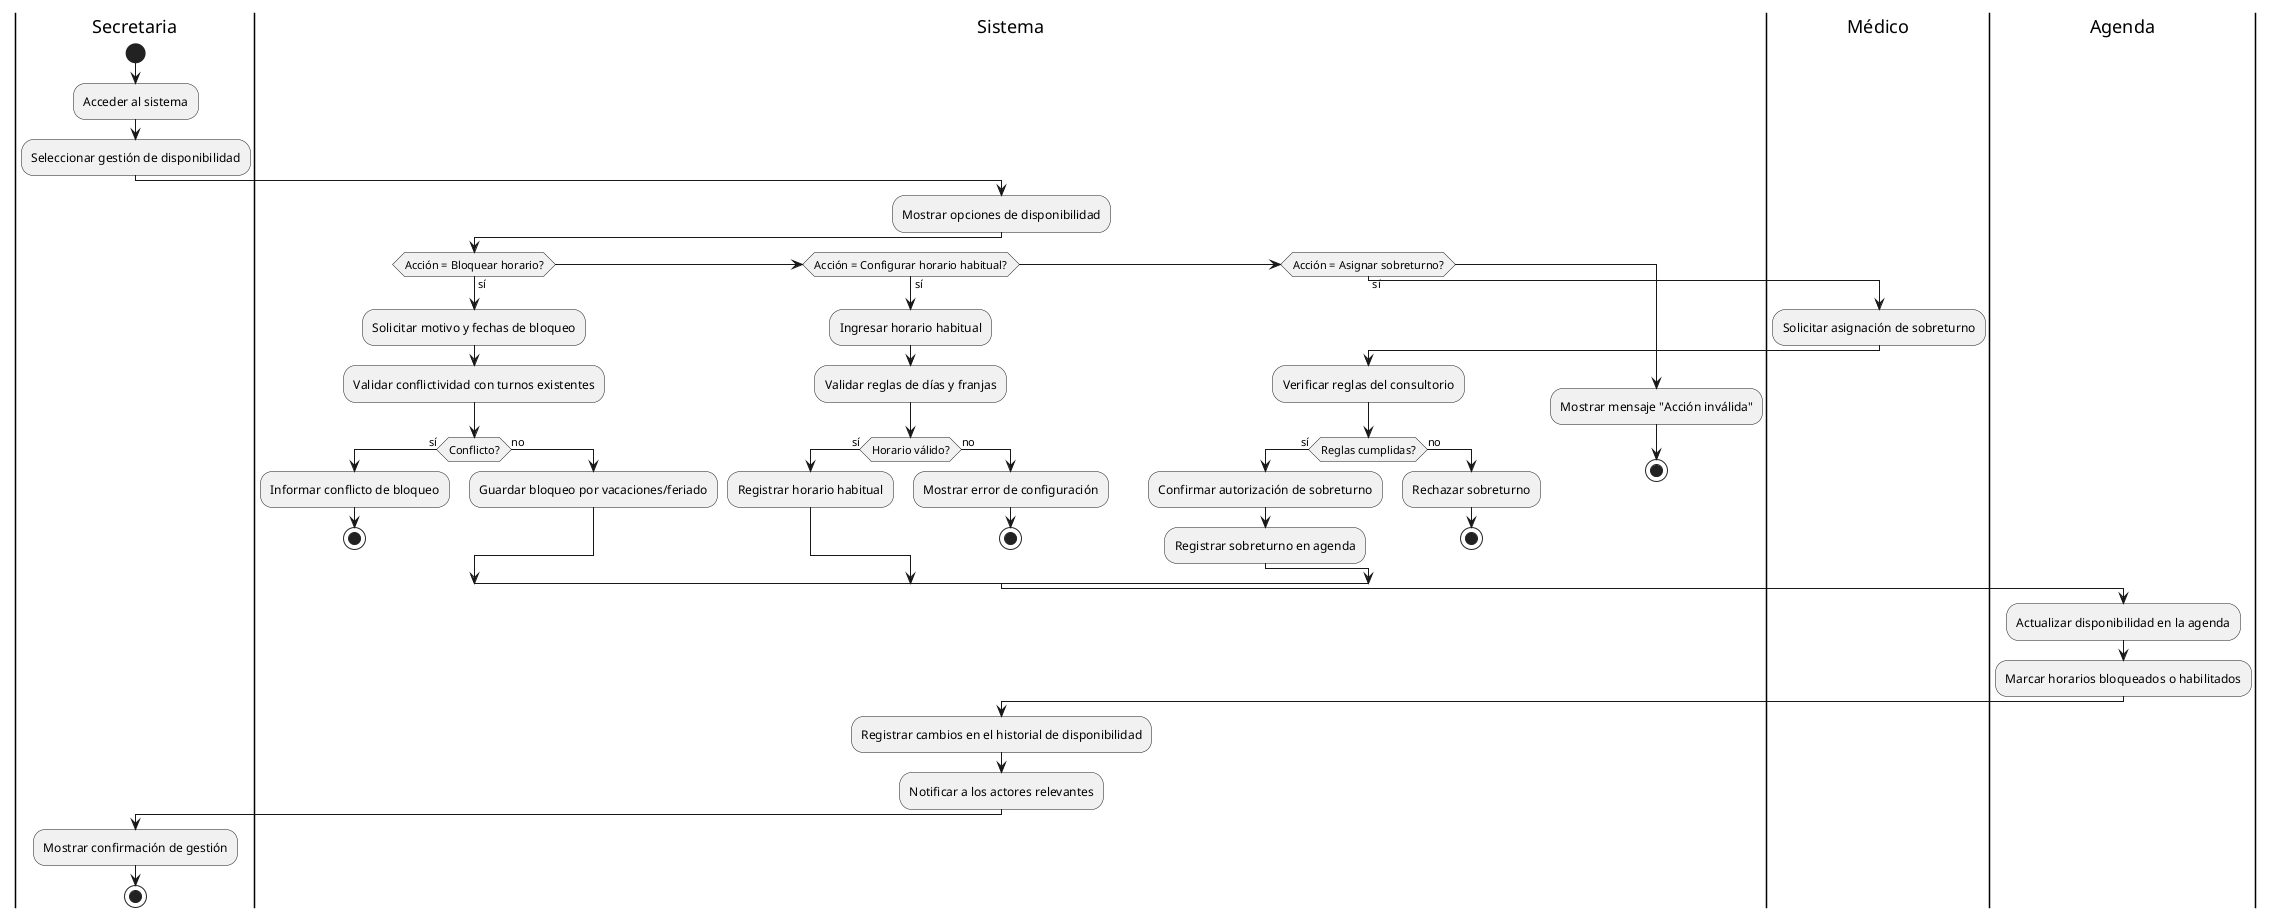
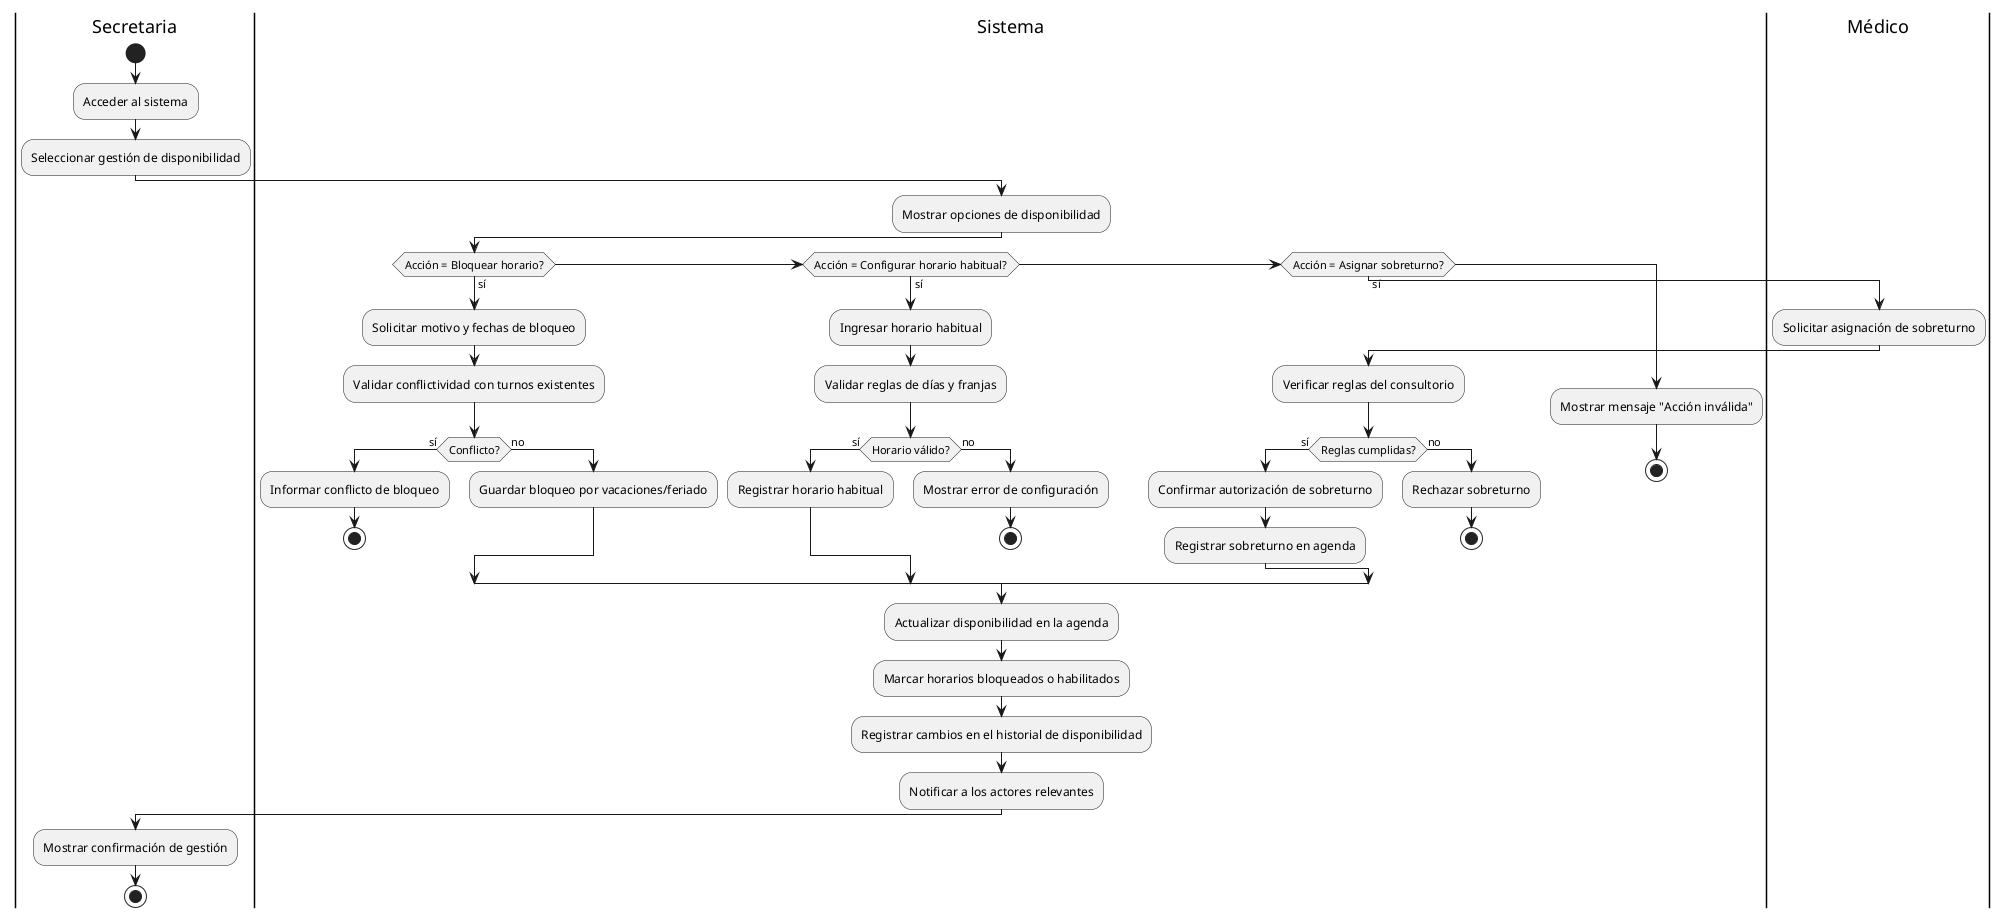
@startuml GestionarDisponibilidad

|Secretaria|
start
:Acceder al sistema;
:Seleccionar gestión de disponibilidad;

|Sistema|
:Mostrar opciones de disponibilidad;
if (Acción = Bloquear horario?) then (sí)
  :Solicitar motivo y fechas de bloqueo;
  :Validar conflictividad con turnos existentes;
  if (Conflicto?) then (sí)
    :Informar conflicto de bloqueo;
    stop
  else (no)
    :Guardar bloqueo por vacaciones/feriado;
  endif
elseif (Acción = Configurar horario habitual?) then (sí)
  :Ingresar horario habitual;
  :Validar reglas de días y franjas;
  if (Horario válido?) then (sí)
    :Registrar horario habitual;
  else (no)
    :Mostrar error de configuración;
    stop
  endif
elseif (Acción = Asignar sobreturno?) then (sí)
  |Médico|
  :Solicitar asignación de sobreturno;
  |Sistema|
  :Verificar reglas del consultorio;
  if (Reglas cumplidas?) then (sí)
    :Confirmar autorización de sobreturno;
    :Registrar sobreturno en agenda;
  else (no)
    :Rechazar sobreturno;
    stop
  endif
else
  :Mostrar mensaje "Acción inválida";
  stop
endif

- |Agenda|
+ |Sistema|
:Actualizar disponibilidad en la agenda;
:Marcar horarios bloqueados o habilitados;

|Sistema|
:Registrar cambios en el historial de disponibilidad;
:Notificar a los actores relevantes;

|Secretaria|
:Mostrar confirmación de gestión;
stop

@enduml